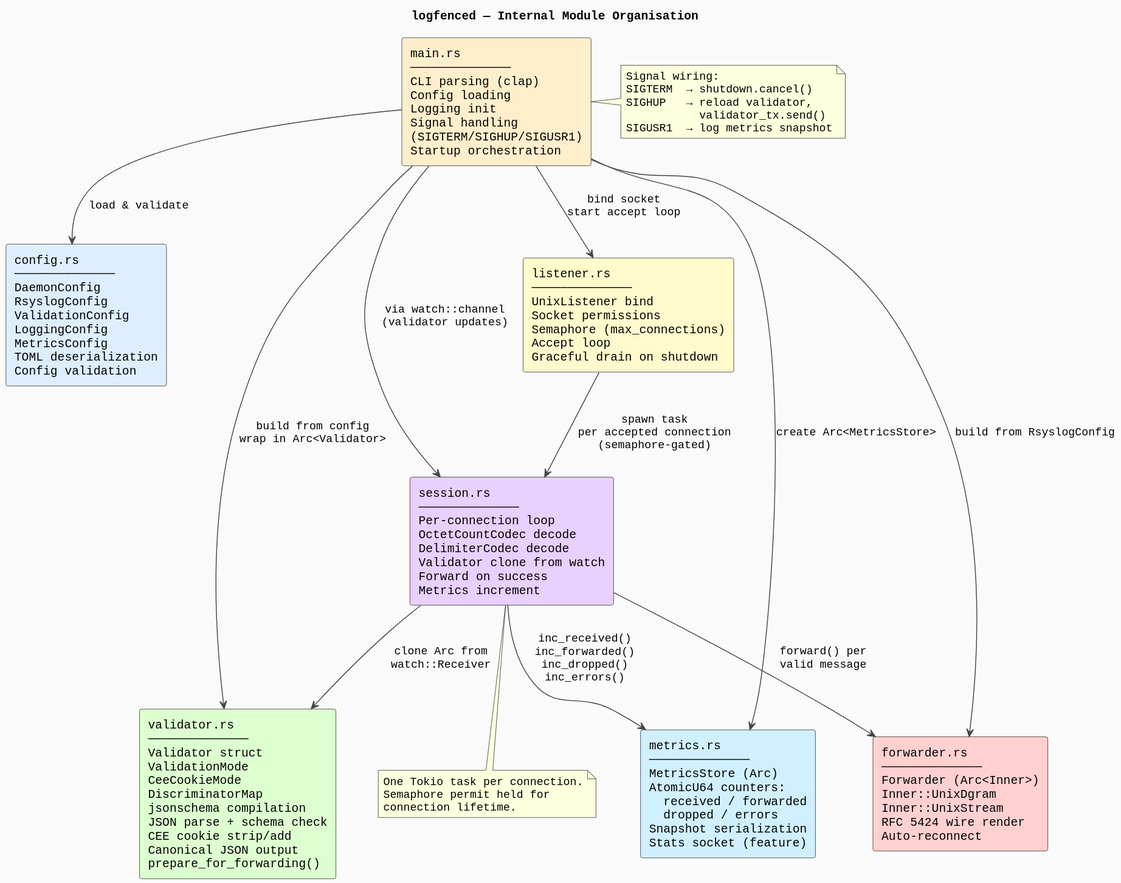
This is docs/diagrams/daemon-modules.svg from hildstrom/logfence, a PlantUML export, as it was before one commit. Source of this version:
```plantuml
@startuml
title logfenced — Internal Module Organisation

skinparam defaultFontName Monospaced
skinparam componentStyle rectangle
skinparam ArrowColor #444444
skinparam BackgroundColor #FAFAFA

component "main.rs\n──────────────\nCLI parsing (clap)\nConfig loading\nLogging init\nSignal handling\n(SIGTERM/SIGHUP/SIGUSR1)\nStartup orchestration" as Main #FFEECC

component "config.rs\n──────────────\nDaemonConfig\nRsyslogConfig\nValidationConfig\nLoggingConfig\nMetricsConfig\nTOML deserialization\nConfig validation" as Config #DDEEFF

component "validator.rs\n──────────────\nValidator struct\nValidationMode\nCeeCookieMode\nDiscriminatorMap\njsonschema compilation\nJSON parse + schema check\nCEE cookie strip/add\nCanonical JSON output\nprepare_for_forwarding()" as Validator #DDFFD0

component "forwarder.rs\n──────────────\nForwarder (Arc<Inner>)\nInner::UnixDgram\nInner::UnixStream\nRFC 5424 wire render\nAuto-reconnect" as Forwarder #FFD0D0

component "listener.rs\n──────────────\nUnixListener bind\nSocket permissions\nSemaphore (max_connections)\nAccept loop\nGraceful drain on shutdown" as Listener #FFFACC

component "session.rs\n──────────────\nPer-connection loop\nOctetCountCodec decode\nDelimiterCodec decode\nValidator clone from watch\nForward on success\nMetrics increment" as Session #E8D0FF

component "metrics.rs\n──────────────\nMetricsStore (Arc)\nAtomicU64 counters:\n  received / forwarded\n  dropped / errors\nSnapshot serialization\nStats socket (feature)" as Metrics #D0F0FF

Main --> Config : load & validate
Main --> Validator : build from config\nwrap in Arc<Validator>
Main --> Forwarder : build from RsyslogConfig
Main --> Listener : bind socket\nstart accept loop
Main --> Metrics : create Arc<MetricsStore>
Main --> Session : via watch::channel\n(validator updates)

Listener --> Session : spawn task\nper accepted connection\n(semaphore-gated)

Session --> Validator : clone Arc from\nwatch::Receiver
Session --> Forwarder : forward() per\nvalid message
Session --> Metrics : inc_received()\ninc_forwarded()\ninc_dropped()\ninc_errors()

note right of Main
  Signal wiring:
  SIGTERM  → shutdown.cancel()
  SIGHUP   → reload validator,
             validator_tx.send()
  SIGUSR1  → log metrics snapshot
end note

note bottom of Session
  One Tokio task per connection.
  Semaphore permit held for
  connection lifetime.
end note
@enduml
```
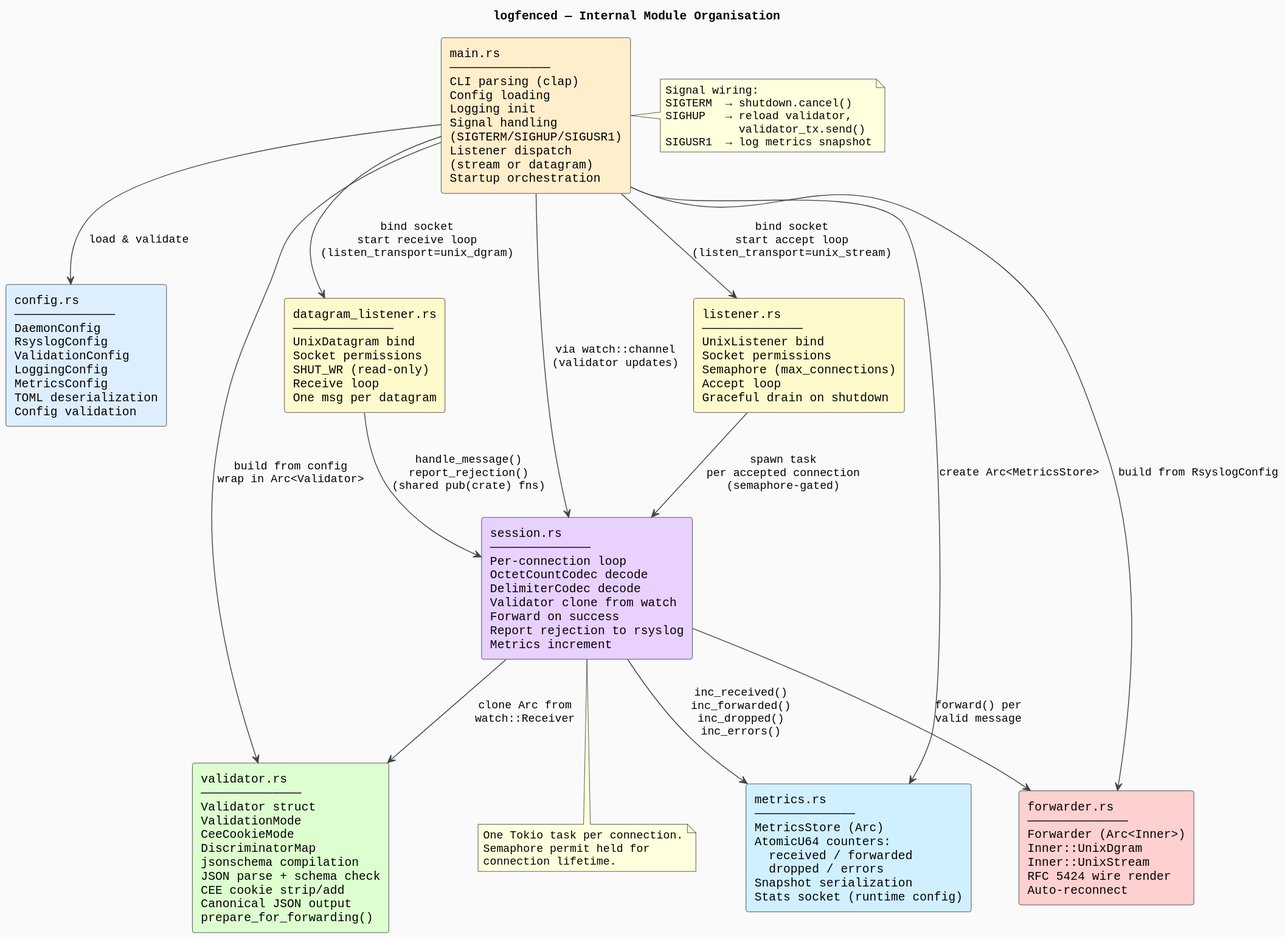
Above is the later version.

The edit, as a diff of the source:
```diff
@@ -6,7 +6,7 @@
 skinparam ArrowColor #444444
 skinparam BackgroundColor #FAFAFA
 
-component "main.rs\n──────────────\nCLI parsing (clap)\nConfig loading\nLogging init\nSignal handling\n(SIGTERM/SIGHUP/SIGUSR1)\nStartup orchestration" as Main #FFEECC
+component "main.rs\n──────────────\nCLI parsing (clap)\nConfig loading\nLogging init\nSignal handling\n(SIGTERM/SIGHUP/SIGUSR1)\nListener dispatch\n(stream or datagram)\nStartup orchestration" as Main #FFEECC
 
 component "config.rs\n──────────────\nDaemonConfig\nRsyslogConfig\nValidationConfig\nLoggingConfig\nMetricsConfig\nTOML deserialization\nConfig validation" as Config #DDEEFF
 
@@ -16,18 +16,22 @@
 
 component "listener.rs\n──────────────\nUnixListener bind\nSocket permissions\nSemaphore (max_connections)\nAccept loop\nGraceful drain on shutdown" as Listener #FFFACC
 
-component "session.rs\n──────────────\nPer-connection loop\nOctetCountCodec decode\nDelimiterCodec decode\nValidator clone from watch\nForward on success\nMetrics increment" as Session #E8D0FF
+component "datagram_listener.rs\n──────────────\nUnixDatagram bind\nSocket permissions\nSHUT_WR (read-only)\nReceive loop\nOne msg per datagram" as DgramListener #FFFACC
 
-component "metrics.rs\n──────────────\nMetricsStore (Arc)\nAtomicU64 counters:\n  received / forwarded\n  dropped / errors\nSnapshot serialization\nStats socket (feature)" as Metrics #D0F0FF
+component "session.rs\n──────────────\nPer-connection loop\nOctetCountCodec decode\nDelimiterCodec decode\nValidator clone from watch\nForward on success\nReport rejection to rsyslog\nMetrics increment" as Session #E8D0FF
+
+component "metrics.rs\n──────────────\nMetricsStore (Arc)\nAtomicU64 counters:\n  received / forwarded\n  dropped / errors\nSnapshot serialization\nStats socket (runtime config)" as Metrics #D0F0FF
 
 Main --> Config : load & validate
 Main --> Validator : build from config\nwrap in Arc<Validator>
 Main --> Forwarder : build from RsyslogConfig
-Main --> Listener : bind socket\nstart accept loop
+Main --> Listener : bind socket\nstart accept loop\n(listen_transport=unix_stream)
+Main --> DgramListener : bind socket\nstart receive loop\n(listen_transport=unix_dgram)
 Main --> Metrics : create Arc<MetricsStore>
 Main --> Session : via watch::channel\n(validator updates)
 
 Listener --> Session : spawn task\nper accepted connection\n(semaphore-gated)
+DgramListener --> Session : handle_message()\nreport_rejection()\n(shared pub(crate) fns)
 
 Session --> Validator : clone Arc from\nwatch::Receiver
 Session --> Forwarder : forward() per\nvalid message
```
